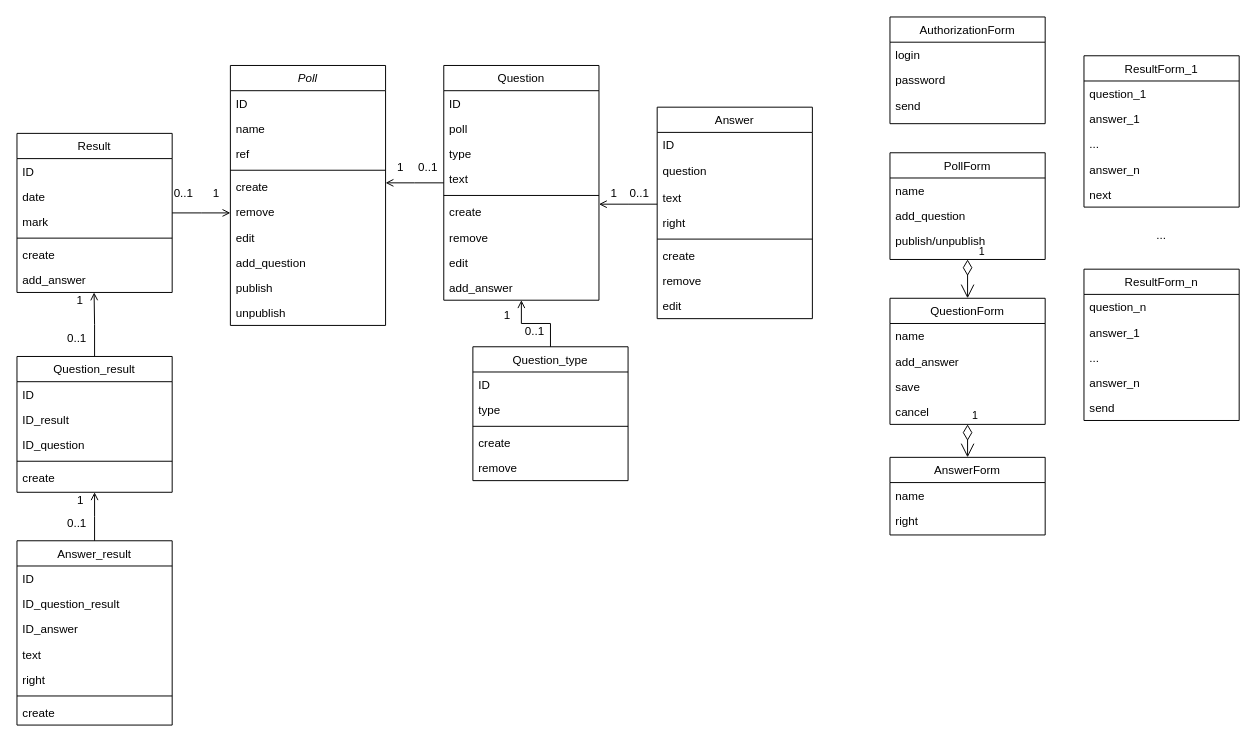
alisiya89/DisTest keeps this draw.io diagram as diagrams/Диаграмма классов.drawio. Above is the earlier version. Source tidied: cells renumbered, new cells numbered last; positions are measured from the earlier drawing's top-left corner, leaving out a move shared by most shapes. Both pictures are drawn from the tidied source at 97%, with x=0, y=0 at pixel (16, 16).
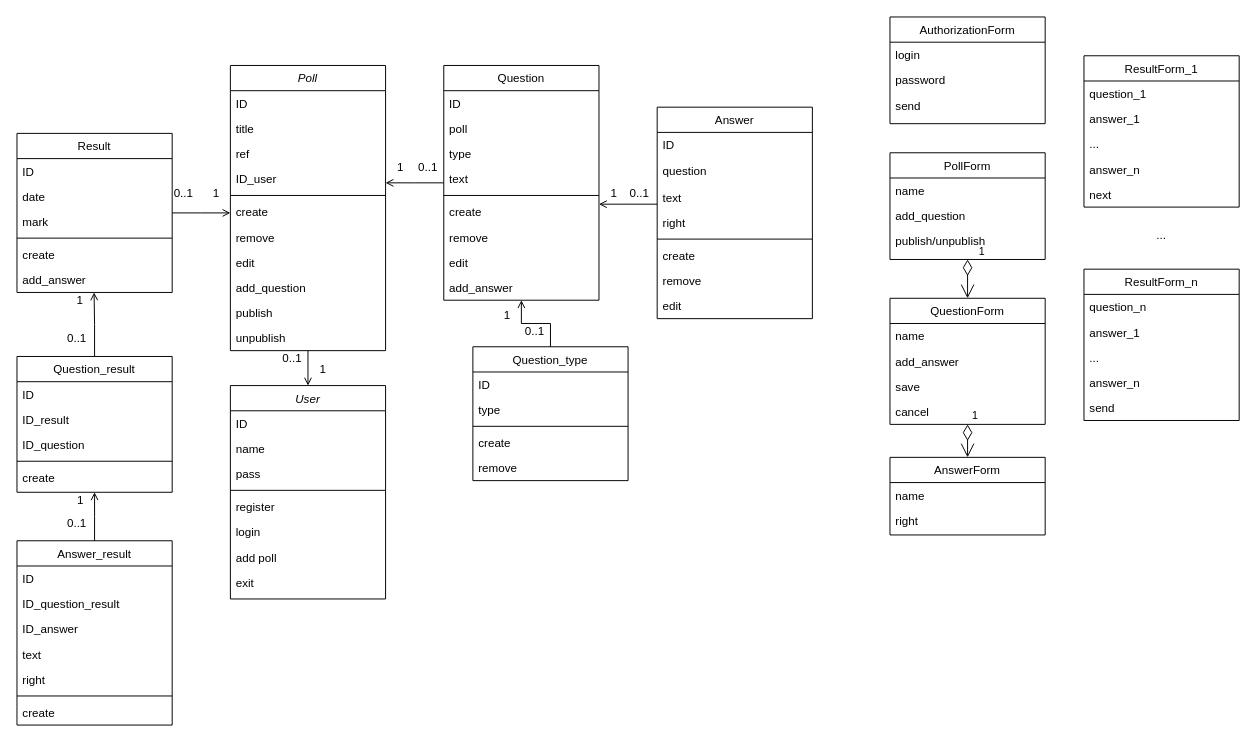
After the change.

What changed in the source:
```diff
@@
     <mxCell id="2" value="Poll" style="swimlane;fontStyle=2;align=center;verticalAlign=top;horizontal=1;startSize=26;rounded=0;shadow=0;strokeWidth=1;" parent="1" vertex="1">
-      <mxGeometry x="220" y="50" width="160" height="268" as="geometry" />
+      <mxGeometry x="220" y="50" width="160" height="294" as="geometry" />
     </mxCell>
@@
-    <mxCell id="4" value="name" style="text;align=left;verticalAlign=top;spacingLeft=4;spacingRight=4;overflow=hidden;rounded=0;shadow=0;html=0;" parent="2" vertex="1">
+    <mxCell id="4" value="title" style="text;align=left;verticalAlign=top;spacingLeft=4;spacingRight=4;overflow=hidden;rounded=0;shadow=0;html=0;" parent="2" vertex="1">
       <mxGeometry y="52" width="160" height="26" as="geometry" />
     </mxCell>
@@
+    <mxCell id="108" value="ID_user" style="text;align=left;verticalAlign=top;spacingLeft=4;spacingRight=4;overflow=hidden;rounded=0;shadow=0;html=0;" parent="2" vertex="1">
+      <mxGeometry y="104" width="160" height="26" as="geometry" />
+    </mxCell>
     <mxCell id="6" style="line;html=1;strokeWidth=1;align=left;verticalAlign=middle;spacingTop=-1;spacingLeft=3;spacingRight=3;labelPosition=right;" parent="2" vertex="1">
-      <mxGeometry y="104" width="160" height="8" as="geometry" />
+      <mxGeometry y="130" width="160" height="8" as="geometry" />
     </mxCell>
     <mxCell id="7" value="create" style="text;align=left;verticalAlign=top;spacingLeft=4;spacingRight=4;overflow=hidden;rounded=0;shadow=0;html=0;" parent="2" vertex="1">
-      <mxGeometry y="112" width="160" height="26" as="geometry" />
+      <mxGeometry y="138" width="160" height="26" as="geometry" />
     </mxCell>
     <mxCell id="8" value="remove" style="text;align=left;verticalAlign=top;spacingLeft=4;spacingRight=4;overflow=hidden;rounded=0;shadow=0;html=0;" parent="2" vertex="1">
-      <mxGeometry y="138" width="160" height="26" as="geometry" />
+      <mxGeometry y="164" width="160" height="26" as="geometry" />
     </mxCell>
     <mxCell id="9" value="edit" style="text;align=left;verticalAlign=top;spacingLeft=4;spacingRight=4;overflow=hidden;rounded=0;shadow=0;html=0;" parent="2" vertex="1">
-      <mxGeometry y="164" width="160" height="26" as="geometry" />
+      <mxGeometry y="190" width="160" height="26" as="geometry" />
     </mxCell>
     <mxCell id="10" value="add_question" style="text;align=left;verticalAlign=top;spacingLeft=4;spacingRight=4;overflow=hidden;rounded=0;shadow=0;html=0;" parent="2" vertex="1">
-      <mxGeometry y="190" width="160" height="26" as="geometry" />
+      <mxGeometry y="216" width="160" height="26" as="geometry" />
     </mxCell>
     <mxCell id="11" value="publish" style="text;align=left;verticalAlign=top;spacingLeft=4;spacingRight=4;overflow=hidden;rounded=0;shadow=0;html=0;" parent="2" vertex="1">
-      <mxGeometry y="216" width="160" height="26" as="geometry" />
+      <mxGeometry y="242" width="160" height="26" as="geometry" />
     </mxCell>
     <mxCell id="12" value="unpublish" style="text;align=left;verticalAlign=top;spacingLeft=4;spacingRight=4;overflow=hidden;rounded=0;shadow=0;html=0;" parent="2" vertex="1">
-      <mxGeometry y="242" width="160" height="26" as="geometry" />
+      <mxGeometry y="268" width="160" height="26" as="geometry" />
     </mxCell>
@@
+    <mxCell id="109" value="User" style="swimlane;fontStyle=2;align=center;verticalAlign=top;horizontal=1;startSize=26;rounded=0;shadow=0;strokeWidth=1;" parent="1" vertex="1">
+      <mxGeometry x="220" y="380" width="160" height="220" as="geometry" />
+    </mxCell>
+    <mxCell id="110" value="ID" style="text;align=left;verticalAlign=top;spacingLeft=4;spacingRight=4;overflow=hidden;" parent="109" vertex="1">
+      <mxGeometry y="26" width="160" height="26" as="geometry" />
+    </mxCell>
+    <mxCell id="111" value="name" style="text;align=left;verticalAlign=top;spacingLeft=4;spacingRight=4;overflow=hidden;rounded=0;shadow=0;html=0;" parent="109" vertex="1">
+      <mxGeometry y="52" width="160" height="26" as="geometry" />
+    </mxCell>
+    <mxCell id="112" value="pass" style="text;align=left;verticalAlign=top;spacingLeft=4;spacingRight=4;overflow=hidden;rounded=0;shadow=0;html=0;" parent="109" vertex="1">
+      <mxGeometry y="78" width="160" height="26" as="geometry" />
+    </mxCell>
+    <mxCell id="113" style="line;html=1;strokeWidth=1;align=left;verticalAlign=middle;spacingTop=-1;spacingLeft=3;spacingRight=3;labelPosition=right;" parent="109" vertex="1">
+      <mxGeometry y="104" width="160" height="8" as="geometry" />
+    </mxCell>
+    <mxCell id="114" value="register" style="text;align=left;verticalAlign=top;spacingLeft=4;spacingRight=4;overflow=hidden;rounded=0;shadow=0;html=0;" parent="109" vertex="1">
+      <mxGeometry y="112" width="160" height="26" as="geometry" />
+    </mxCell>
+    <mxCell id="115" value="login" style="text;align=left;verticalAlign=top;spacingLeft=4;spacingRight=4;overflow=hidden;rounded=0;shadow=0;html=0;" parent="109" vertex="1">
+      <mxGeometry y="138" width="160" height="26" as="geometry" />
+    </mxCell>
+    <mxCell id="116" value="add poll" style="text;align=left;verticalAlign=top;spacingLeft=4;spacingRight=4;overflow=hidden;rounded=0;shadow=0;html=0;" parent="109" vertex="1">
+      <mxGeometry y="164" width="160" height="26" as="geometry" />
+    </mxCell>
+    <mxCell id="117" value="exit" style="text;align=left;verticalAlign=top;spacingLeft=4;spacingRight=4;overflow=hidden;rounded=0;shadow=0;html=0;" parent="109" vertex="1">
+      <mxGeometry y="190" width="160" height="26" as="geometry" />
+    </mxCell>
+    <mxCell id="118" style="endArrow=open;shadow=0;strokeWidth=1;rounded=0;endFill=1;edgeStyle=elbowEdgeStyle;elbow=vertical;" parent="1" edge="1" source="2" target="109">
+      <mxGeometry x="0.5" y="41" relative="1" as="geometry">
+        <mxPoint x="-40" y="32" as="offset" />
+      </mxGeometry>
+    </mxCell>
+    <mxCell id="119" value="0..1" style="align=left;verticalAlign=bottom;labelBackgroundColor=none;fontSize=12;" parent="118" vertex="1">
+      <mxGeometry x="-1" relative="1" as="geometry">
+        <mxPoint x="-28" y="16" as="offset" />
+      </mxGeometry>
+    </mxCell>
+    <mxCell id="120" value="1" style="align=right;verticalAlign=bottom;labelBackgroundColor=none;fontSize=12;" parent="118" vertex="1">
+      <mxGeometry x="1" relative="1" as="geometry">
+        <mxPoint x="20" y="-8" as="offset" />
+      </mxGeometry>
+    </mxCell>
```
